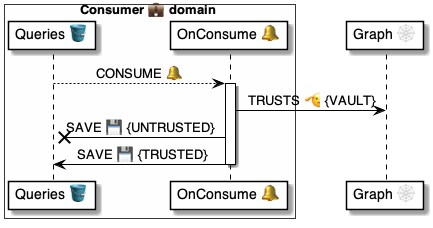
Earlier version of the PlantUML export 4 ⚙️ Solution/41 🎭 Domain Roles/Consumers 💼/💼🪣 Consumer tables/Queries 🗄️ table/🪣🧱 21 Consume 🔔 event/💼 OnConsume ⚙️ uml.png (pollyweb-org/pollyweb-docs). Its source is kept beside it as 4 ⚙️ Solution/41 🎭 Domain Roles/Consumers 💼/💼🪣 Consumer tables/Queries 🗄️ table/🪣🧱 21 Consume 🔔 event/💼 OnConsume ⚙️ uml.puml.
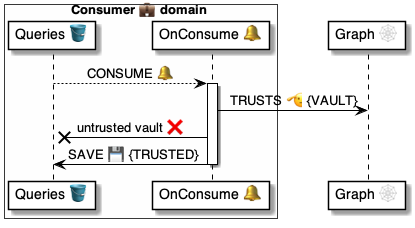
The same file after the commit.

Diff of the diagram source:
```diff
@@ -10,7 +10,7 @@
 
 activate handler
     handler -> graph: TRUSTS 🫡 {VAULT}
-    handler -x table: SAVE 💾 {UNTRUSTED}
+    handler -x table: untrusted vault ❌
     handler -> table: SAVE 💾 {TRUSTED}
 deactivate handler
 
```
